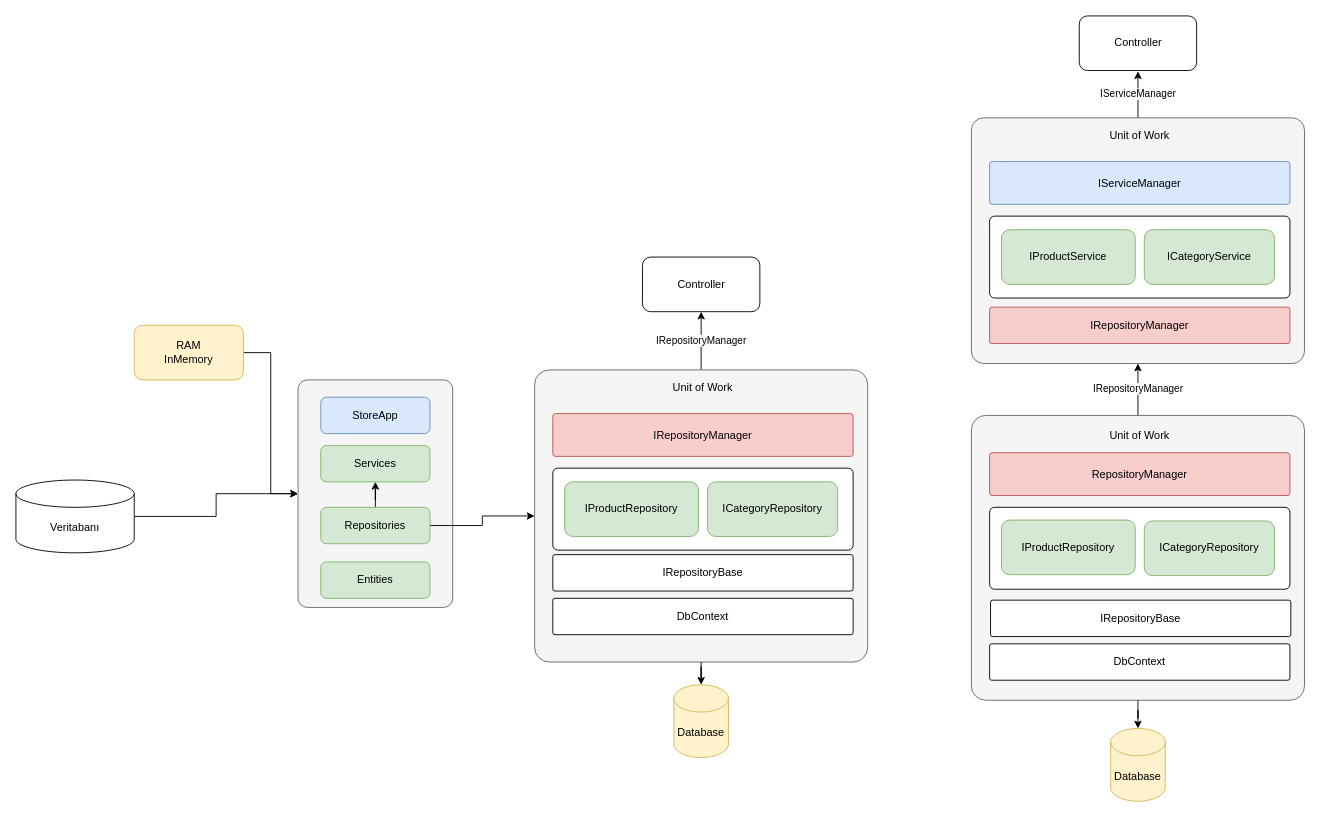
The draw.io diagram page "Sayfa -2" (2 of 3) of drawings.drawio in zcomert/sgk-mvc-egitim, before the edit. Source tidied: cells renumbered, new cells numbered last; positions are measured from the earlier drawing's top-left corner, leaving out a move shared by most shapes. Both pictures are drawn from the tidied source at 91%, with x=0, y=0 at pixel (15, 15).
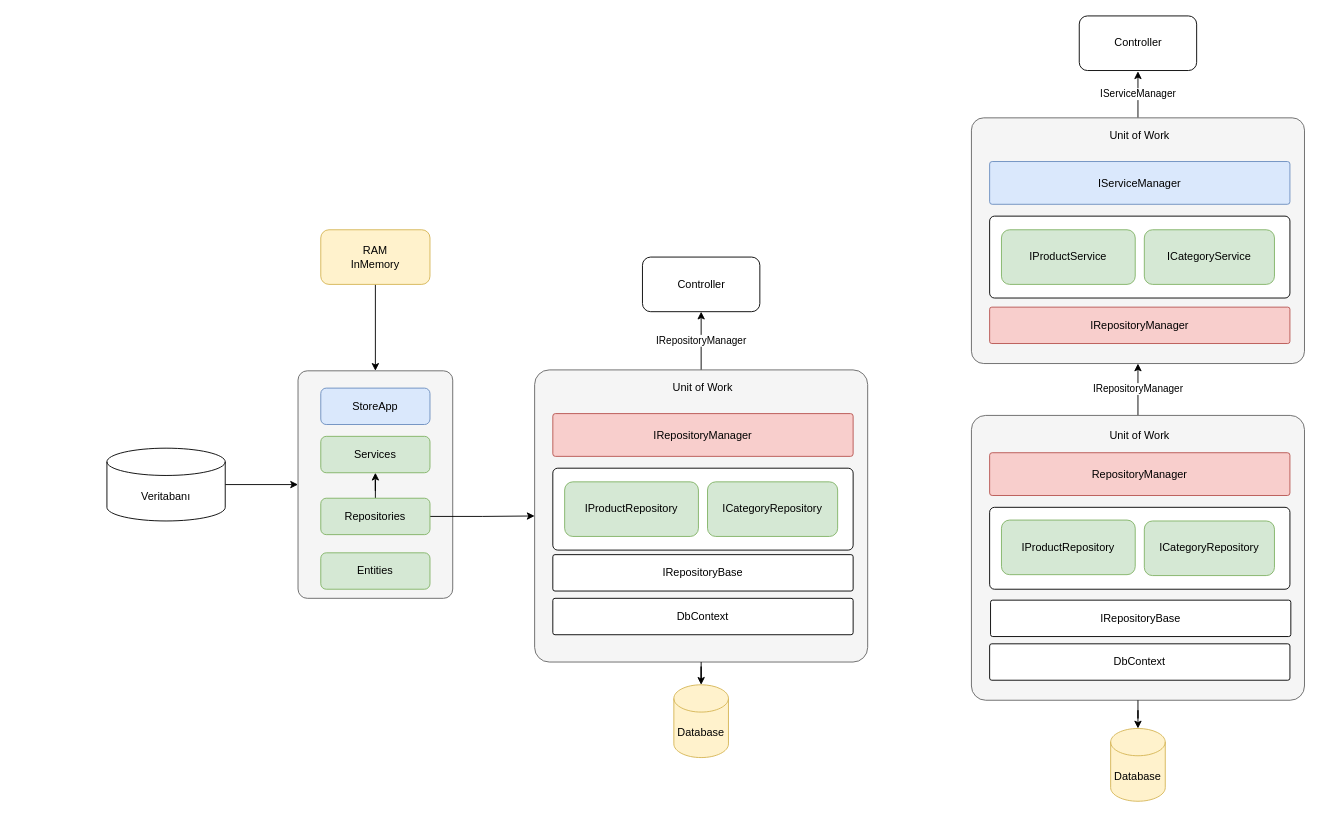
After the change.

The edit, as a diff of the source:
```diff
@@
     <mxCell id="2" style="rounded=1;whiteSpace=wrap;html=1;arcSize=6;fillColor=#f5f5f5;strokeColor=#666666;fontColor=#333333;" parent="1" vertex="1">
-      <mxGeometry x="310" y="400" width="170" height="250" as="geometry" />
+      <mxGeometry x="310" y="390" width="170" height="250" as="geometry" />
     </mxCell>
@@
     <mxCell id="4" value="Veritabanı" style="shape=cylinder3;whiteSpace=wrap;html=1;boundedLbl=1;backgroundOutline=1;size=15;" parent="1" vertex="1">
-      <mxGeometry y="510" width="130" height="80" as="geometry" />
+      <mxGeometry x="100" y="475" width="130" height="80" as="geometry" />
     </mxCell>
-    <mxCell id="5" style="edgeStyle=orthogonalEdgeStyle;rounded=0;jettySize=auto;html=1;exitX=1;exitY=0.5;exitDx=0;exitDy=0;" parent="1" edge="1" source="6" target="2">
+    <mxCell id="5" style="edgeStyle=orthogonalEdgeStyle;rounded=0;jettySize=auto;html=1;exitX=0.5;exitY=1;exitDx=0;exitDy=0;" parent="1" edge="1" source="6" target="2">
       <mxGeometry relative="1" as="geometry" />
     </mxCell>
     <mxCell id="6" value="RAM&lt;br&gt;InMemory" style="rounded=1;whiteSpace=wrap;html=1;fillColor=#fff2cc;strokeColor=#d6b656;" parent="1" vertex="1">
-      <mxGeometry x="130" y="340" width="120" height="60" as="geometry" />
+      <mxGeometry x="335" y="235" width="120" height="60" as="geometry" />
     </mxCell>
     <mxCell id="7" value="Entities" style="rounded=1;whiteSpace=wrap;html=1;fillColor=#d5e8d4;strokeColor=#82b366;" parent="1" vertex="1">
-      <mxGeometry x="335" y="600" width="120" height="40" as="geometry" />
+      <mxGeometry x="335" y="590" width="120" height="40" as="geometry" />
     </mxCell>
     <mxCell id="8" value="StoreApp" style="rounded=1;whiteSpace=wrap;html=1;fillColor=#dae8fc;strokeColor=#6c8ebf;" parent="1" vertex="1">
-      <mxGeometry x="335" y="419" width="120" height="40" as="geometry" />
+      <mxGeometry x="335" y="409" width="120" height="40" as="geometry" />
     </mxCell>
@@
     <mxCell id="11" value="Repositories" style="rounded=1;whiteSpace=wrap;html=1;fillColor=#d5e8d4;strokeColor=#82b366;" parent="1" vertex="1">
-      <mxGeometry x="335" y="540" width="120" height="40" as="geometry" />
+      <mxGeometry x="335" y="530" width="120" height="40" as="geometry" />
     </mxCell>
@@
     <mxCell id="24" value="Services" style="rounded=1;whiteSpace=wrap;html=1;fillColor=#d5e8d4;strokeColor=#82b366;" parent="1" vertex="1">
-      <mxGeometry x="335" y="472" width="120" height="40" as="geometry" />
+      <mxGeometry x="335" y="462" width="120" height="40" as="geometry" />
     </mxCell>
```
